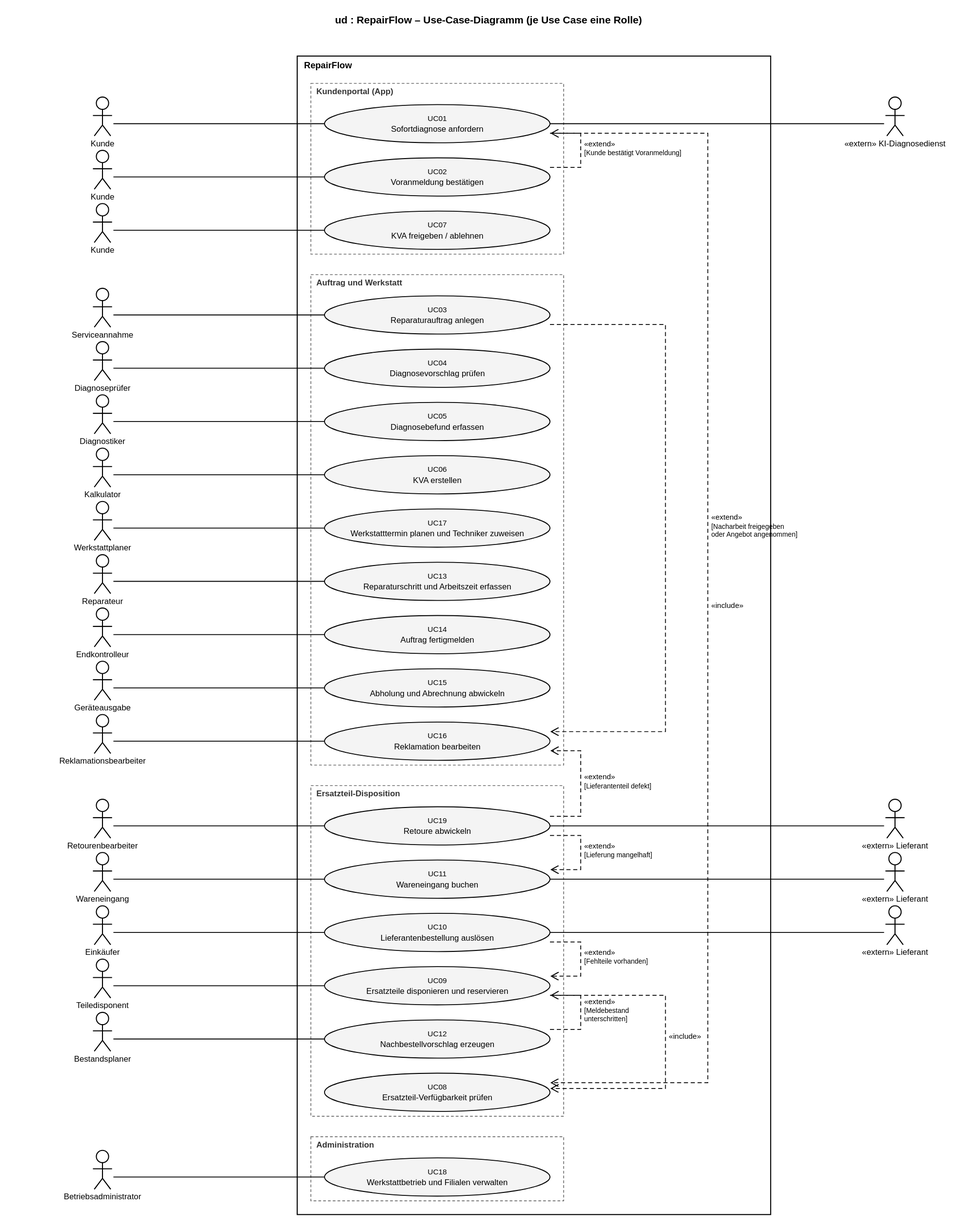
Above: 2_uml/entwurf-plantuml/usecase.svg in jakobschwan123-cmd/casestudy-semester-3 (PlantUML), before the change. Its source is kept beside it as 2_uml/entwurf-plantuml/usecase.puml.
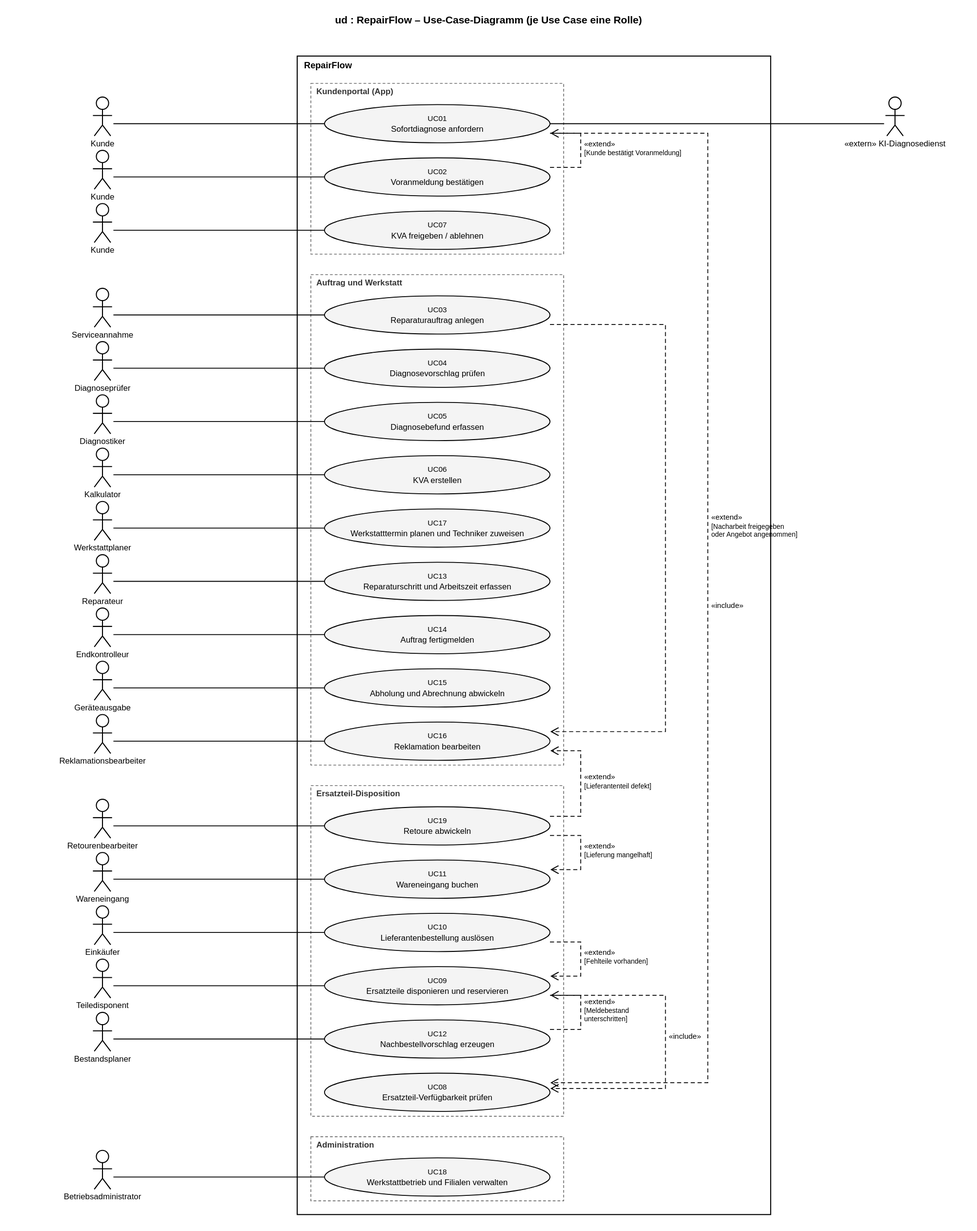
After the change.

Commit message:
[T05 2026-10-15] fix: supplier is a black box, not an actor (E-24)

Diff of the diagram source:
```diff
@@ -60,9 +60,6 @@
 }
 
 actor "KI-Diagnosedienst" as KIDienst <<extern>>
-actor "Lieferant" as L1 <<extern>>
-actor "Lieferant" as L2 <<extern>>
-actor "Lieferant" as L3 <<extern>>
 
 K1 -right- UC01
 K2 -right- UC02
@@ -83,9 +80,6 @@
 R19 -right- UC19
 R18 -right- UC18
 UC01 -right- KIDienst
-UC10 -right- L1
-UC11 -right- L2
-UC19 -right- L3
 
 K1 -[hidden]down- K2
 K2 -[hidden]down- K3
@@ -104,9 +98,6 @@
 R11 -[hidden]down- R12
 R12 -[hidden]down- R19
 R19 -[hidden]down- R18
-KIDienst -[hidden]down- L1
-L1 -[hidden]down- L2
-L2 -[hidden]down- L3
 
 UC01 ..> UC08 : <<include>>
 UC09 ..> UC08 : <<include>>
```
